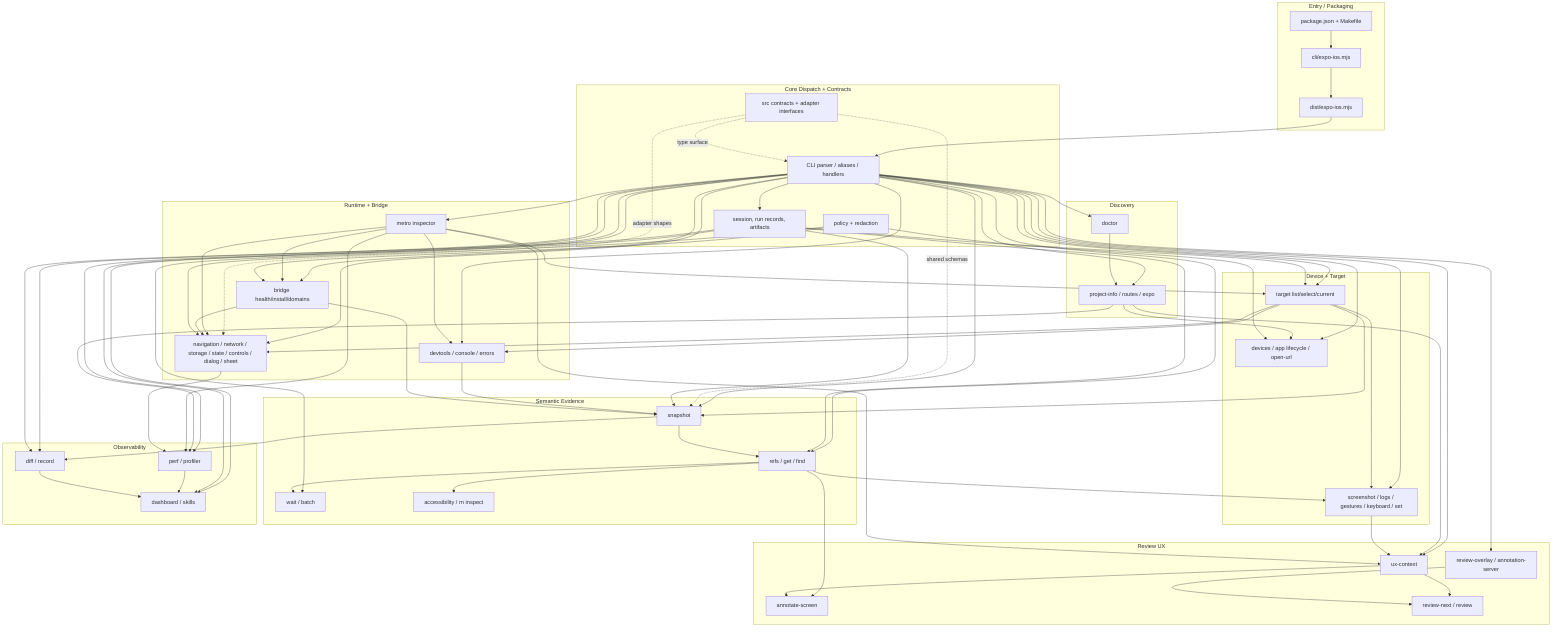
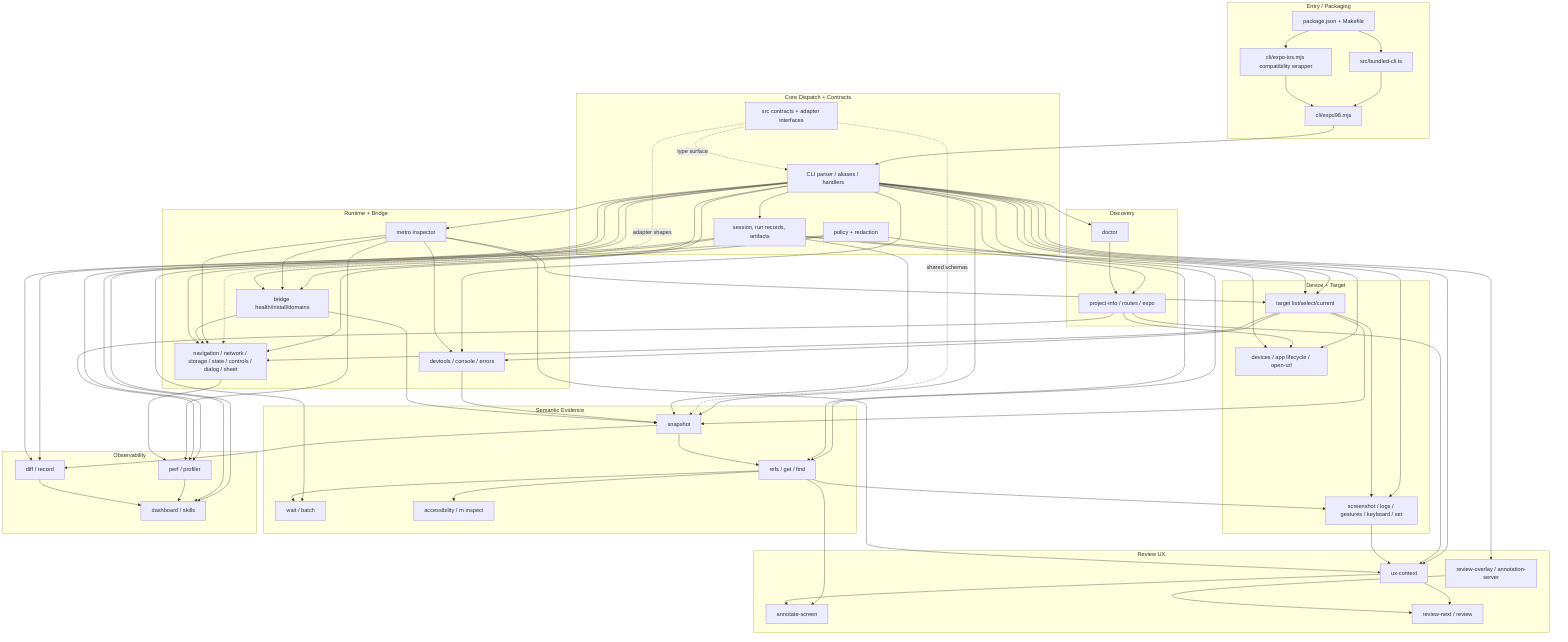
graph TD
  subgraph Entry["Entry / Packaging"]
    PKG["package.json + Makefile"]
-     BIN["cli/expo-ios.mjs"]
-     DIST["dist/expo-ios.mjs"]
+     SRC["src/bundled-cli.ts"]
+     BIN["cli/expo98.mjs"]
+     COMPAT["cli/expo-ios.mjs compatibility wrapper"]
  end

  subgraph Core["Core Dispatch + Contracts"]
    DISPATCH["CLI parser / aliases / handlers"]
    CONTRACTS["src contracts + adapter interfaces"]
    STATE["session, run records, artifacts"]
    POLICY["policy + redaction"]
  end

  subgraph Discovery["Discovery"]
    DOCTOR["doctor"]
    PROJECT["project-info / routes / expo"]
  end

  subgraph Device["Device + Target"]
    TARGET["target list/select/current"]
    DEVICE["devices / app lifecycle / open-url"]
    INPUT["screenshot / logs / gestures / keyboard / set"]
  end

  subgraph Evidence["Semantic Evidence"]
    SNAP["snapshot"]
    REFS["refs / get / find"]
    WAIT["wait / batch"]
    AXRN["accessibility / rn inspect"]
  end

  subgraph Runtime["Runtime + Bridge"]
    METRO["metro inspector"]
    DEVTOOLS["devtools / console / errors"]
    BRIDGE["bridge health/install/domains"]
    APPDOMAINS["navigation / network / storage / state / controls / dialog / sheet"]
  end

  subgraph Review["Review UX"]
    UX["ux-context"]
    ANNO["annotate-screen"]
    OVERLAY["review-overlay / annotation-server"]
    NEXT["review-next / review"]
  end

  subgraph Observability["Observability"]
    PERF["perf / profiler"]
    DIFF["diff / record"]
    DASH["dashboard / skills"]
  end

-   PKG --> BIN
-   BIN --> DIST
-   DIST --> DISPATCH
+   PKG --> SRC
+   SRC --> BIN
+   PKG --> COMPAT
+   BIN --> DISPATCH
+   COMPAT --> BIN
  DISPATCH --> DOCTOR
  DISPATCH --> PROJECT
  DISPATCH --> STATE
  DISPATCH --> TARGET
  DISPATCH --> DEVICE
  DISPATCH --> INPUT
  DISPATCH --> SNAP
  DISPATCH --> REFS
  DISPATCH --> WAIT
  DISPATCH --> METRO
  DISPATCH --> DEVTOOLS
  DISPATCH --> BRIDGE
  DISPATCH --> APPDOMAINS
  DISPATCH --> UX
  DISPATCH --> OVERLAY
  DISPATCH --> PERF
  DISPATCH --> DIFF
  DISPATCH --> DASH

  CONTRACTS -.type surface.-> DISPATCH
  CONTRACTS -.shared schemas.-> SNAP
  CONTRACTS -.adapter shapes.-> APPDOMAINS

  DOCTOR --> PROJECT
  PROJECT --> DEVICE
  PROJECT --> UX
  PROJECT --> PERF

  STATE --> TARGET
  STATE --> SNAP
  STATE --> REFS
  STATE --> DIFF
  STATE --> DASH

  TARGET --> SNAP
  TARGET --> INPUT
  TARGET --> DEVTOOLS
  TARGET --> APPDOMAINS

  METRO --> TARGET
  METRO --> DEVTOOLS
  METRO --> BRIDGE
  METRO --> APPDOMAINS
  METRO --> PERF

  DEVTOOLS --> SNAP
  BRIDGE --> SNAP
  BRIDGE --> APPDOMAINS
  POLICY --> DEVICE
  POLICY --> APPDOMAINS
  POLICY --> BRIDGE

  SNAP --> REFS
  REFS --> WAIT
  REFS --> INPUT
  REFS --> AXRN
  REFS --> ANNO
  SNAP --> DIFF

  INPUT --> UX
  METRO --> UX
  UX --> ANNO
  UX --> NEXT
  OVERLAY --> NEXT

  APPDOMAINS --> PERF
  PERF --> DASH
  DIFF --> DASH
